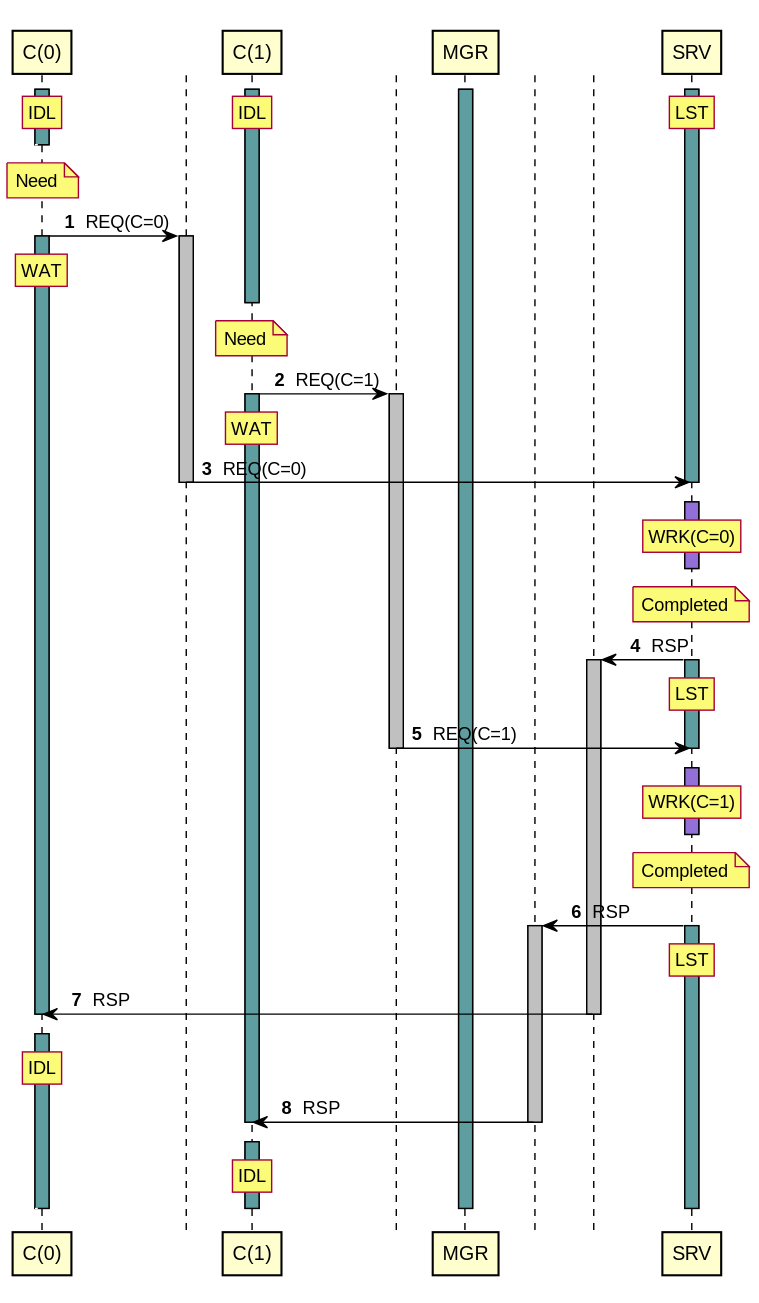
The PlantUML diagram tests/expected/test_managed_clients_server/sequence.svg in orenbenkiki/total-space, before a commit.
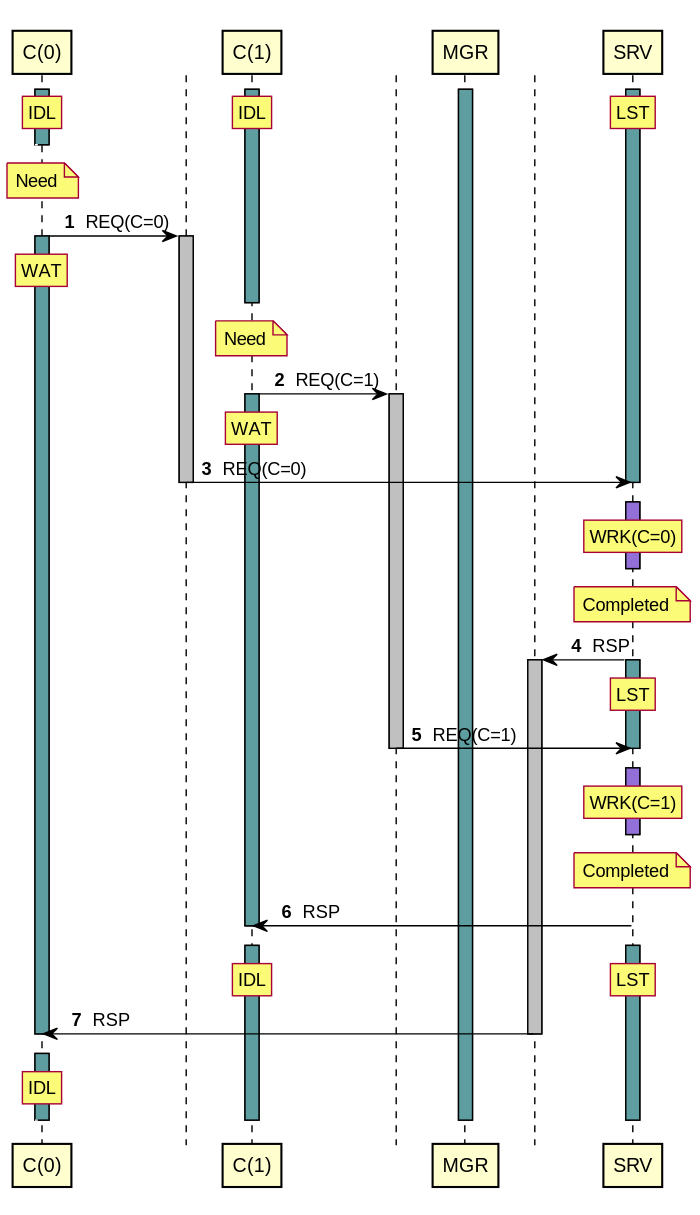
Above is the later version.

Commit message:
Further fix sequence diagrams. Hopefully.

What changed in the source:
```diff
@@ -72,11 +72,15 @@
 autonumber resume
 deactivate A3
 note over A3 : Completed
-control " " as T3 order 10398
-A3 -> T3 : RSP
-activate T3 #Silver
+A3 -> A1 : RSP
+deactivate A1
+autonumber stop
+[<[#White]-- A0
+autonumber resume
 activate A3 #CadetBlue
+activate A1 #CadetBlue
 rnote over A3 : LST
+/ rnote over A1 : IDL
 T2 -> A0 : RSP
 deactivate T2
 deactivate A0
@@ -85,14 +89,6 @@
 autonumber resume
 activate A0 #CadetBlue
 rnote over A0 : IDL
-T3 -> A1 : RSP
-deactivate T3
-deactivate A1
-autonumber stop
-[<[#White]-- A0
-autonumber resume
-activate A1 #CadetBlue
-rnote over A1 : IDL
 autonumber stop
 [<[#White]-- A0
 autonumber resume
```
